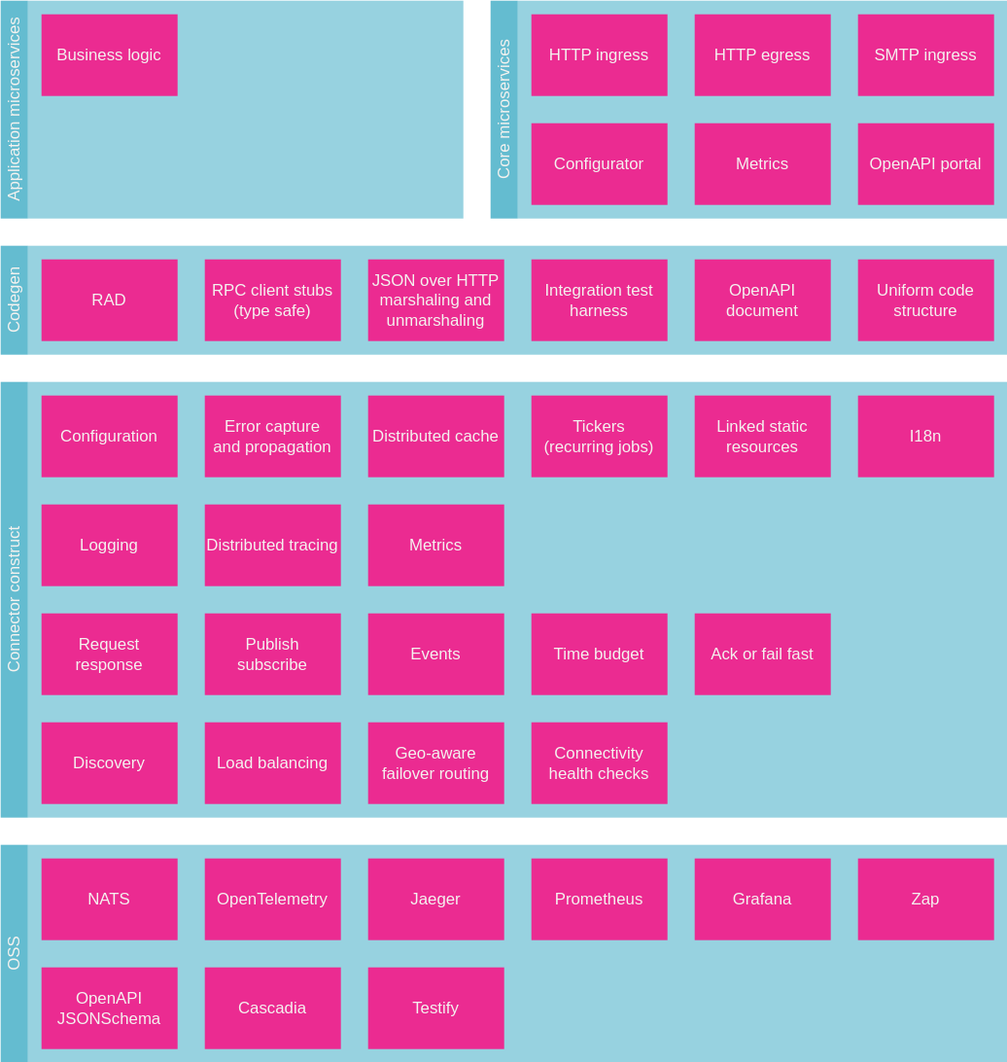
The draw.io diagram docs/blocks/layers-1.drawio.svg in microbus-io/fabric, before a commit. Source tidied: cells renumbered, new cells last; positions are measured from the earlier drawing's top-left corner, leaving out a move shared by most shapes.
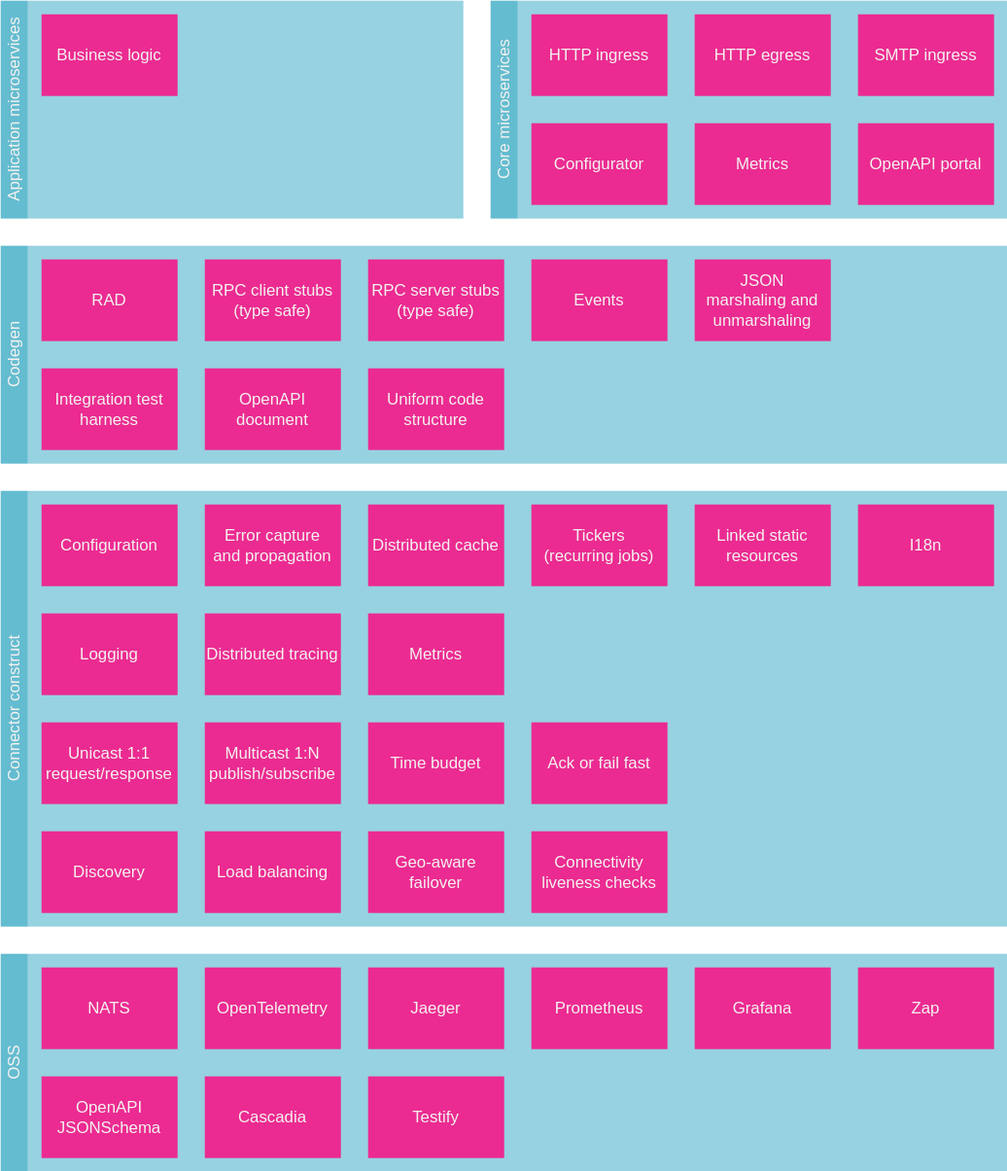
After the commit.

Diff of the diagram source:
```diff
@@ -15,34 +15,34 @@
       <mxGeometry y="280" width="20" height="320" as="geometry" />
     </mxCell>
     <mxCell id="6" style="rounded=0;whiteSpace=wrap;html=1;dashed=1;fillColor=#31a6c1;opacity=50;strokeColor=none;align=center;verticalAlign=middle;fontFamily=Helvetica;fontSize=12;fontColor=#F4F2EF;" parent="1" vertex="1">
-      <mxGeometry x="20" y="180" width="720" height="80" as="geometry" />
+      <mxGeometry x="20" y="100" width="720" height="160" as="geometry" />
     </mxCell>
     <mxCell id="7" value="Codegen" style="rounded=0;whiteSpace=wrap;html=1;horizontal=0;strokeColor=none;fillColor=#31a6c1;opacity=75;shadow=0;fontColor=#F4F2EF;" parent="1" vertex="1">
-      <mxGeometry y="180" width="20" height="80" as="geometry" />
+      <mxGeometry y="100" width="20" height="160" as="geometry" />
     </mxCell>
     <mxCell id="8" style="rounded=0;whiteSpace=wrap;html=1;fillColor=#31a6c1;opacity=50;strokeColor=none;fontColor=#F4F2EF;" parent="1" vertex="1">
-      <mxGeometry x="20" width="320" height="160" as="geometry" />
+      <mxGeometry x="20" y="-80" width="320" height="160" as="geometry" />
     </mxCell>
     <mxCell id="9" value="Application microservices" style="rounded=0;whiteSpace=wrap;html=1;horizontal=0;strokeColor=none;fillColor=#31a6c1;opacity=75;shadow=0;fontColor=#F4F2EF;" parent="1" vertex="1">
-      <mxGeometry width="20" height="160" as="geometry" />
+      <mxGeometry y="-80" width="20" height="160" as="geometry" />
     </mxCell>
     <mxCell id="10" style="rounded=0;whiteSpace=wrap;html=1;dashed=1;fillColor=#31a6c1;opacity=50;strokeColor=none;align=center;verticalAlign=middle;fontFamily=Helvetica;fontSize=12;fontColor=#F4F2EF;" parent="1" vertex="1">
-      <mxGeometry x="380" width="360" height="160" as="geometry" />
+      <mxGeometry x="380" y="-80" width="360" height="160" as="geometry" />
     </mxCell>
-    <mxCell id="11" value="JSON over HTTP&lt;br&gt;marshaling and unmarshaling" style="rounded=0;whiteSpace=wrap;html=1;fillColor=#eb2b91;strokeColor=none;fontColor=#F4F2EF;align=center;verticalAlign=middle;fontFamily=Helvetica;fontSize=12;" parent="1" vertex="1">
-      <mxGeometry x="270" y="190" width="100" height="60" as="geometry" />
+    <mxCell id="11" value="JSON&lt;br&gt;marshaling and unmarshaling" style="rounded=0;whiteSpace=wrap;html=1;fillColor=#eb2b91;strokeColor=none;fontColor=#F4F2EF;align=center;verticalAlign=middle;fontFamily=Helvetica;fontSize=12;" parent="1" vertex="1">
+      <mxGeometry x="510" y="110" width="100" height="60" as="geometry" />
     </mxCell>
     <mxCell id="12" value="RPC client stubs&lt;div&gt;(type safe)&lt;/div&gt;" style="rounded=0;whiteSpace=wrap;html=1;fillColor=#eb2b91;strokeColor=none;fontColor=#F4F2EF;align=center;verticalAlign=middle;fontFamily=Helvetica;fontSize=12;" parent="1" vertex="1">
-      <mxGeometry x="150" y="190" width="100" height="60" as="geometry" />
+      <mxGeometry x="150" y="110" width="100" height="60" as="geometry" />
     </mxCell>
     <mxCell id="13" value="Integration test harness" style="rounded=0;whiteSpace=wrap;html=1;fillColor=#eb2b91;strokeColor=none;fontColor=#F4F2EF;align=center;verticalAlign=middle;fontFamily=Helvetica;fontSize=12;" parent="1" vertex="1">
-      <mxGeometry x="390" y="190" width="100" height="60" as="geometry" />
+      <mxGeometry x="30" y="190" width="100" height="60" as="geometry" />
     </mxCell>
     <mxCell id="14" value="OpenAPI&lt;div&gt;document&lt;/div&gt;" style="rounded=0;whiteSpace=wrap;html=1;fillColor=#eb2b91;strokeColor=none;fontColor=#F4F2EF;align=center;verticalAlign=middle;fontFamily=Helvetica;fontSize=12;" parent="1" vertex="1">
-      <mxGeometry x="510" y="190" width="100" height="60" as="geometry" />
+      <mxGeometry x="150" y="190" width="100" height="60" as="geometry" />
     </mxCell>
     <mxCell id="15" value="Uniform code structure" style="rounded=0;whiteSpace=wrap;html=1;fillColor=#eb2b91;strokeColor=none;fontColor=#F4F2EF;align=center;verticalAlign=middle;fontFamily=Helvetica;fontSize=12;" parent="1" vertex="1">
-      <mxGeometry x="630" y="190" width="100" height="60" as="geometry" />
+      <mxGeometry x="270" y="190" width="100" height="60" as="geometry" />
     </mxCell>
     <mxCell id="16" value="Configuration" style="rounded=0;whiteSpace=wrap;html=1;fillColor=#eb2b91;strokeColor=none;fontColor=#F4F2EF;align=center;verticalAlign=middle;fontFamily=Helvetica;fontSize=12;" parent="1" vertex="1">
       <mxGeometry x="30" y="290" width="100" height="60" as="geometry" />
@@ -68,17 +68,17 @@
     <mxCell id="23" value="Metrics" style="rounded=0;whiteSpace=wrap;html=1;fillColor=#eb2b91;strokeColor=none;fontColor=#F4F2EF;align=center;verticalAlign=middle;fontFamily=Helvetica;fontSize=12;" parent="1" vertex="1">
       <mxGeometry x="270" y="370" width="100" height="60" as="geometry" />
     </mxCell>
-    <mxCell id="24" value="Request&lt;br&gt;response" style="rounded=0;whiteSpace=wrap;html=1;fillColor=#eb2b91;strokeColor=none;fontColor=#F4F2EF;align=center;verticalAlign=middle;fontFamily=Helvetica;fontSize=12;" parent="1" vertex="1">
+    <mxCell id="24" value="Unicast 1:1&lt;div&gt;request/response&lt;/div&gt;" style="rounded=0;whiteSpace=wrap;html=1;fillColor=#eb2b91;strokeColor=none;fontColor=#F4F2EF;align=center;verticalAlign=middle;fontFamily=Helvetica;fontSize=12;" parent="1" vertex="1">
       <mxGeometry x="30" y="450" width="100" height="60" as="geometry" />
     </mxCell>
-    <mxCell id="25" value="Publish&lt;br&gt;subscribe" style="rounded=0;whiteSpace=wrap;html=1;fillColor=#eb2b91;strokeColor=none;fontColor=#F4F2EF;align=center;verticalAlign=middle;fontFamily=Helvetica;fontSize=12;" parent="1" vertex="1">
+    <mxCell id="25" value="Multicast 1:N&lt;div&gt;publish/subscribe&lt;/div&gt;" style="rounded=0;whiteSpace=wrap;html=1;fillColor=#eb2b91;strokeColor=none;fontColor=#F4F2EF;align=center;verticalAlign=middle;fontFamily=Helvetica;fontSize=12;" parent="1" vertex="1">
       <mxGeometry x="150" y="450" width="100" height="60" as="geometry" />
     </mxCell>
     <mxCell id="26" value="Time budget" style="rounded=0;whiteSpace=wrap;html=1;fillColor=#eb2b91;strokeColor=none;fontColor=#F4F2EF;align=center;verticalAlign=middle;fontFamily=Helvetica;fontSize=12;" parent="1" vertex="1">
-      <mxGeometry x="390" y="450" width="100" height="60" as="geometry" />
+      <mxGeometry x="270" y="450" width="100" height="60" as="geometry" />
     </mxCell>
     <mxCell id="27" value="Ack or fail fast" style="rounded=0;whiteSpace=wrap;html=1;fillColor=#eb2b91;strokeColor=none;fontColor=#F4F2EF;align=center;verticalAlign=middle;fontFamily=Helvetica;fontSize=12;" parent="1" vertex="1">
-      <mxGeometry x="510" y="450" width="100" height="60" as="geometry" />
+      <mxGeometry x="390" y="450" width="100" height="60" as="geometry" />
     </mxCell>
     <mxCell id="28" value="NATS" style="rounded=0;whiteSpace=wrap;html=1;fillColor=#eb2b91;strokeColor=none;fontColor=#F4F2EF;align=center;verticalAlign=middle;fontFamily=Helvetica;fontSize=12;" parent="1" vertex="1">
       <mxGeometry x="30" y="630" width="100" height="60" as="geometry" />
@@ -92,7 +92,7 @@
     <mxCell id="31" value="Grafana" style="rounded=0;whiteSpace=wrap;html=1;fillColor=#eb2b91;strokeColor=none;fontColor=#F4F2EF;align=center;verticalAlign=middle;fontFamily=Helvetica;fontSize=12;" parent="1" vertex="1">
       <mxGeometry x="510" y="630" width="100" height="60" as="geometry" />
     </mxCell>
-    <mxCell id="32" value="Connectivity health checks" style="rounded=0;whiteSpace=wrap;html=1;fillColor=#eb2b91;strokeColor=none;fontColor=#F4F2EF;align=center;verticalAlign=middle;fontFamily=Helvetica;fontSize=12;" parent="1" vertex="1">
+    <mxCell id="32" value="Connectivity liveness checks" style="rounded=0;whiteSpace=wrap;html=1;fillColor=#eb2b91;strokeColor=none;fontColor=#F4F2EF;align=center;verticalAlign=middle;fontFamily=Helvetica;fontSize=12;" parent="1" vertex="1">
       <mxGeometry x="390" y="530" width="100" height="60" as="geometry" />
     </mxCell>
     <mxCell id="33" value="Discovery" style="rounded=0;whiteSpace=wrap;html=1;fillColor=#eb2b91;strokeColor=none;fontColor=#F4F2EF;align=center;verticalAlign=middle;fontFamily=Helvetica;fontSize=12;" parent="1" vertex="1">
@@ -101,32 +101,32 @@
     <mxCell id="34" value="Load balancing" style="rounded=0;whiteSpace=wrap;html=1;fillColor=#eb2b91;strokeColor=none;fontColor=#F4F2EF;align=center;verticalAlign=middle;fontFamily=Helvetica;fontSize=12;" parent="1" vertex="1">
       <mxGeometry x="150" y="530" width="100" height="60" as="geometry" />
     </mxCell>
-    <mxCell id="35" value="Geo-aware failover routing" style="rounded=0;whiteSpace=wrap;html=1;fillColor=#eb2b91;strokeColor=none;fontColor=#F4F2EF;align=center;verticalAlign=middle;fontFamily=Helvetica;fontSize=12;" parent="1" vertex="1">
+    <mxCell id="35" value="Geo-aware failover" style="rounded=0;whiteSpace=wrap;html=1;fillColor=#eb2b91;strokeColor=none;fontColor=#F4F2EF;align=center;verticalAlign=middle;fontFamily=Helvetica;fontSize=12;" parent="1" vertex="1">
       <mxGeometry x="270" y="530" width="100" height="60" as="geometry" />
     </mxCell>
     <mxCell id="36" value="RAD" style="rounded=0;whiteSpace=wrap;html=1;fillColor=#eb2b91;strokeColor=none;fontColor=#F4F2EF;" parent="1" vertex="1">
-      <mxGeometry x="30" y="190" width="100" height="60" as="geometry" />
+      <mxGeometry x="30" y="110" width="100" height="60" as="geometry" />
     </mxCell>
     <mxCell id="37" value="Business logic" style="rounded=0;whiteSpace=wrap;html=1;fontColor=#F4F2EF;strokeColor=none;fillColor=#eb2b91;align=center;verticalAlign=middle;fontFamily=Helvetica;fontSize=12;" parent="1" vertex="1">
-      <mxGeometry x="30" y="10" width="100" height="60" as="geometry" />
+      <mxGeometry x="30" y="-70" width="100" height="60" as="geometry" />
     </mxCell>
     <mxCell id="38" value="HTTP ingress" style="rounded=0;whiteSpace=wrap;html=1;fillColor=#eb2b91;gradientColor=none;fontColor=#F4F2EF;strokeColor=none;align=center;verticalAlign=middle;fontFamily=Helvetica;fontSize=12;" parent="1" vertex="1">
-      <mxGeometry x="390" y="10" width="100" height="60" as="geometry" />
+      <mxGeometry x="390" y="-70" width="100" height="60" as="geometry" />
     </mxCell>
     <mxCell id="39" value="OpenAPI portal" style="rounded=0;whiteSpace=wrap;html=1;fillColor=#eb2b91;gradientColor=none;fontColor=#F4F2EF;strokeColor=none;align=center;verticalAlign=middle;fontFamily=Helvetica;fontSize=12;" parent="1" vertex="1">
-      <mxGeometry x="630" y="90" width="100" height="60" as="geometry" />
+      <mxGeometry x="630" y="10" width="100" height="60" as="geometry" />
     </mxCell>
     <mxCell id="40" value="Metrics" style="rounded=0;whiteSpace=wrap;html=1;fillColor=#eb2b91;gradientColor=none;fontColor=#F4F2EF;strokeColor=none;align=center;verticalAlign=middle;fontFamily=Helvetica;fontSize=12;" parent="1" vertex="1">
-      <mxGeometry x="510" y="90" width="100" height="60" as="geometry" />
+      <mxGeometry x="510" y="10" width="100" height="60" as="geometry" />
     </mxCell>
     <mxCell id="41" value="HTTP egress" style="rounded=0;whiteSpace=wrap;html=1;fillColor=#eb2b91;gradientColor=none;fontColor=#F4F2EF;strokeColor=none;align=center;verticalAlign=middle;fontFamily=Helvetica;fontSize=12;" parent="1" vertex="1">
-      <mxGeometry x="510" y="10" width="100" height="60" as="geometry" />
+      <mxGeometry x="510" y="-70" width="100" height="60" as="geometry" />
     </mxCell>
     <mxCell id="42" value="SMTP ingress" style="rounded=0;whiteSpace=wrap;html=1;fillColor=#eb2b91;gradientColor=none;fontColor=#F4F2EF;strokeColor=none;align=center;verticalAlign=middle;fontFamily=Helvetica;fontSize=12;" parent="1" vertex="1">
-      <mxGeometry x="630" y="10" width="100" height="60" as="geometry" />
+      <mxGeometry x="630" y="-70" width="100" height="60" as="geometry" />
     </mxCell>
     <mxCell id="43" value="Events" style="rounded=0;whiteSpace=wrap;html=1;fillColor=#eb2b91;strokeColor=none;fontColor=#F4F2EF;align=center;verticalAlign=middle;fontFamily=Helvetica;fontSize=12;" parent="1" vertex="1">
-      <mxGeometry x="270" y="450" width="100" height="60" as="geometry" />
+      <mxGeometry x="390" y="110" width="100" height="60" as="geometry" />
     </mxCell>
     <mxCell id="44" value="Testify" style="rounded=0;whiteSpace=wrap;html=1;fillColor=#eb2b91;strokeColor=none;fontColor=#F4F2EF;align=center;verticalAlign=middle;fontFamily=Helvetica;fontSize=12;" parent="1" vertex="1">
       <mxGeometry x="270" y="710" width="100" height="60" as="geometry" />
@@ -144,13 +144,16 @@
       <mxGeometry x="630" y="290" width="100" height="60" as="geometry" />
     </mxCell>
     <mxCell id="49" value="Core microservices" style="rounded=0;whiteSpace=wrap;html=1;horizontal=0;strokeColor=none;fillColor=#31a6c1;opacity=75;shadow=0;fontColor=#F4F2EF;" parent="1" vertex="1">
-      <mxGeometry x="360" width="20" height="160" as="geometry" />
+      <mxGeometry x="360" y="-80" width="20" height="160" as="geometry" />
     </mxCell>
     <mxCell id="50" value="Configurator" style="rounded=0;whiteSpace=wrap;html=1;fillColor=#eb2b91;gradientColor=none;fontColor=#F4F2EF;strokeColor=none;align=center;verticalAlign=middle;fontFamily=Helvetica;fontSize=12;" parent="1" vertex="1">
-      <mxGeometry x="390" y="90" width="100" height="60" as="geometry" />
+      <mxGeometry x="390" y="10" width="100" height="60" as="geometry" />
     </mxCell>
     <mxCell id="51" value="Zap" style="rounded=0;whiteSpace=wrap;html=1;fillColor=#eb2b91;strokeColor=none;fontColor=#F4F2EF;align=center;verticalAlign=middle;fontFamily=Helvetica;fontSize=12;" parent="1" vertex="1">
       <mxGeometry x="630" y="630" width="100" height="60" as="geometry" />
     </mxCell>
+    <mxCell id="52" value="RPC server stubs&lt;div&gt;(type safe)&lt;/div&gt;" style="rounded=0;whiteSpace=wrap;html=1;fillColor=#eb2b91;strokeColor=none;fontColor=#F4F2EF;align=center;verticalAlign=middle;fontFamily=Helvetica;fontSize=12;" parent="1" vertex="1">
+      <mxGeometry x="270" y="110" width="100" height="60" as="geometry" />
+    </mxCell>
   </root>
 </mxGraphModel>
```
